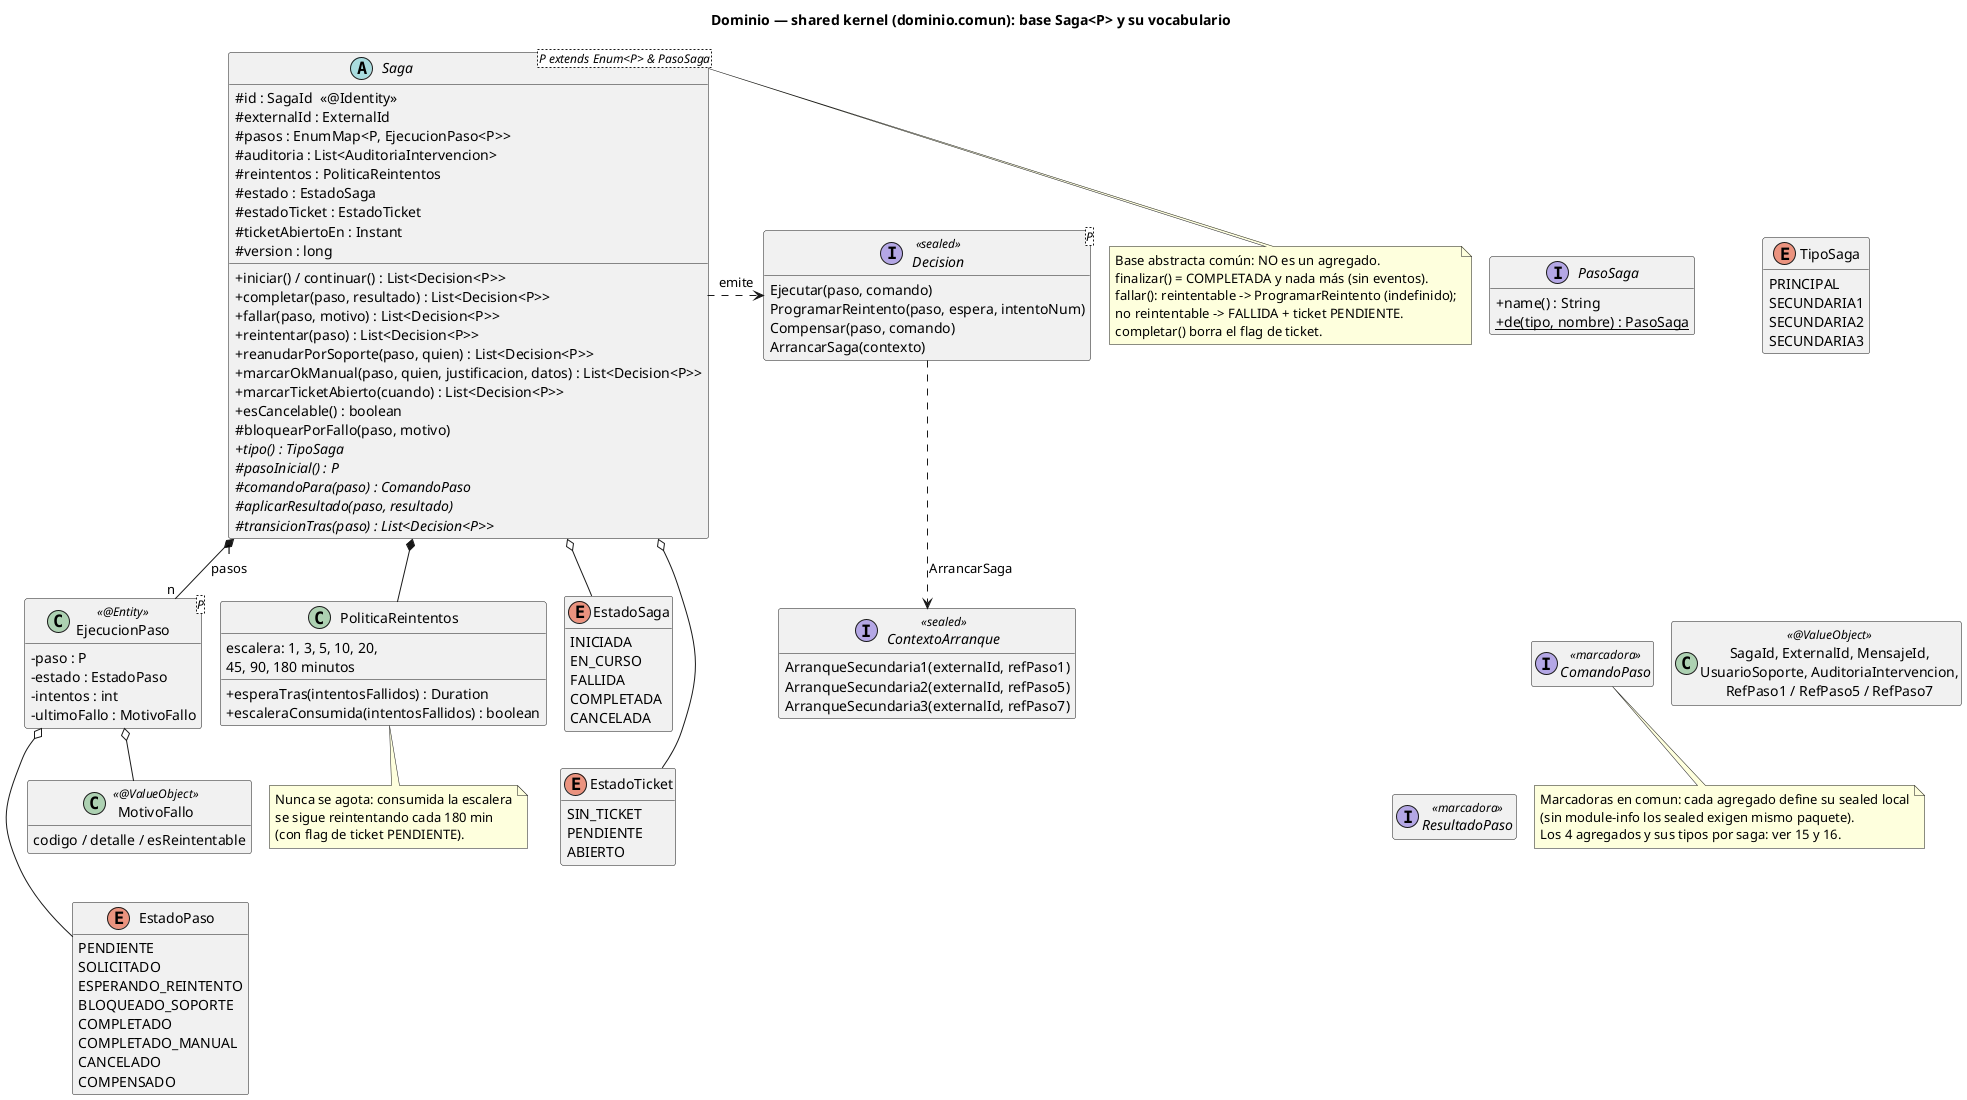
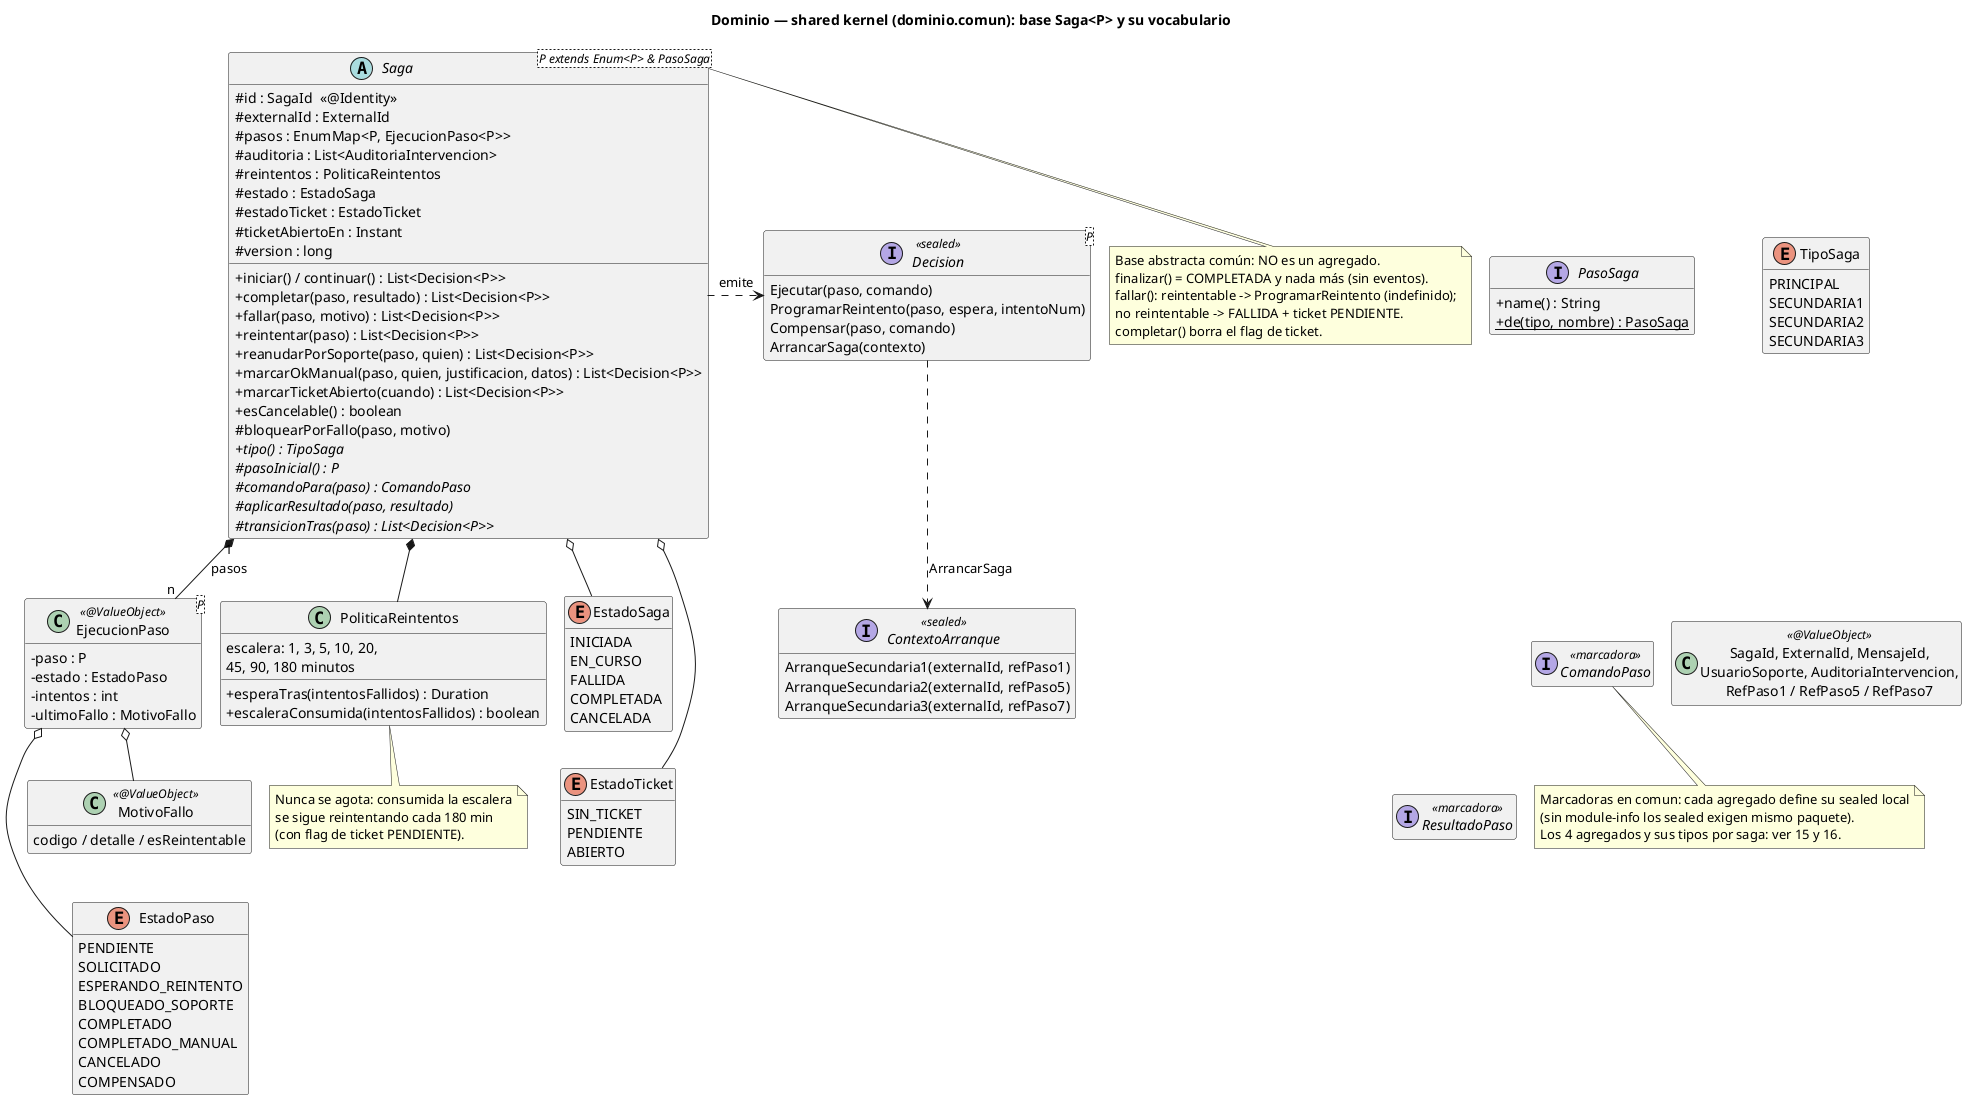
@startuml 14-clases-dominio-comun
title Dominio — shared kernel (dominio.comun): base Saga<P> y su vocabulario
!pragma layout smetana
hide empty members
skinparam classAttributeIconSize 0

abstract class "Saga<P extends Enum<P> & PasoSaga>" as Saga {
  #id : SagaId  «@Identity»
  #externalId : ExternalId
  #pasos : EnumMap<P, EjecucionPaso<P>>
  #auditoria : List<AuditoriaIntervencion>
  #reintentos : PoliticaReintentos
  #estado : EstadoSaga
  #estadoTicket : EstadoTicket
  #ticketAbiertoEn : Instant
  #version : long
  +iniciar() / continuar() : List<Decision<P>>
  +completar(paso, resultado) : List<Decision<P>>
  +fallar(paso, motivo) : List<Decision<P>>
  +reintentar(paso) : List<Decision<P>>
  +reanudarPorSoporte(paso, quien) : List<Decision<P>>
  +marcarOkManual(paso, quien, justificacion, datos) : List<Decision<P>>
  +marcarTicketAbierto(cuando) : List<Decision<P>>
  +esCancelable() : boolean
  #bloquearPorFallo(paso, motivo)
  {abstract} +tipo() : TipoSaga
  {abstract} #pasoInicial() : P
  {abstract} #comandoPara(paso) : ComandoPaso
  {abstract} #aplicarResultado(paso, resultado)
  {abstract} #transicionTras(paso) : List<Decision<P>>
}
note right of Saga
  Base abstracta común: NO es un agregado.
  finalizar() = COMPLETADA y nada más (sin eventos).
  fallar(): reintentable -> ProgramarReintento (indefinido);
  no reintentable -> FALLIDA + ticket PENDIENTE.
  completar() borra el flag de ticket.
end note

- class "EjecucionPaso<P>" as EjecucionPaso <<@Entity>> {
+ class "EjecucionPaso<P>" as EjecucionPaso <<@ValueObject>> {
  -paso : P
  -estado : EstadoPaso
  -intentos : int
  -ultimoFallo : MotivoFallo
}

interface PasoSaga {
  +name() : String
  +{static} de(tipo, nombre) : PasoSaga
}

class PoliticaReintentos {
  escalera: 1, 3, 5, 10, 20,
  45, 90, 180 minutos
  +esperaTras(intentosFallidos) : Duration
  +escaleraConsumida(intentosFallidos) : boolean
}
note bottom of PoliticaReintentos
  Nunca se agota: consumida la escalera
  se sigue reintentando cada 180 min
  (con flag de ticket PENDIENTE).
end note

enum EstadoSaga {
  INICIADA
  EN_CURSO
  FALLIDA
  COMPLETADA
  CANCELADA
}
enum EstadoTicket {
  SIN_TICKET
  PENDIENTE
  ABIERTO
}
enum EstadoPaso {
  PENDIENTE
  SOLICITADO
  ESPERANDO_REINTENTO
  BLOQUEADO_SOPORTE
  COMPLETADO
  COMPLETADO_MANUAL
  CANCELADO
  COMPENSADO
}
enum TipoSaga {
  PRINCIPAL
  SECUNDARIA1
  SECUNDARIA2
  SECUNDARIA3
}

interface "Decision<P>" as Decision <<sealed>> {
  Ejecutar(paso, comando)
  ProgramarReintento(paso, espera, intentoNum)
  Compensar(paso, comando)
  ArrancarSaga(contexto)
}
interface ComandoPaso <<marcadora>>
interface ResultadoPaso <<marcadora>>
interface ContextoArranque <<sealed>> {
  ArranqueSecundaria1(externalId, refPaso1)
  ArranqueSecundaria2(externalId, refPaso5)
  ArranqueSecundaria3(externalId, refPaso7)
}

class MotivoFallo <<@ValueObject>> {
  codigo / detalle / esReintentable
}
class "SagaId, ExternalId, MensajeId,\nUsuarioSoporte, AuditoriaIntervencion,\nRefPaso1 / RefPaso5 / RefPaso7" as VOs <<@ValueObject>>

Saga "1" *-- "n" EjecucionPaso : pasos
Saga *-- PoliticaReintentos
Saga o-- EstadoSaga
Saga o-- EstadoTicket
EjecucionPaso o-- EstadoPaso
EjecucionPaso o-- MotivoFallo
Saga .right.> Decision : emite
Decision ..> ContextoArranque : ArrancarSaga

' Layout: columnas sin cruces
EstadoSaga -[hidden]down- EstadoTicket
EstadoTicket -[hidden]down- EstadoPaso
PasoSaga -[hidden]down- ComandoPaso
ComandoPaso -[hidden]down- ResultadoPaso
TipoSaga -[hidden]down- VOs

note bottom of ComandoPaso
  Marcadoras en comun: cada agregado define su sealed local
  (sin module-info los sealed exigen mismo paquete).
  Los 4 agregados y sus tipos por saga: ver 15 y 16.
end note
@enduml
